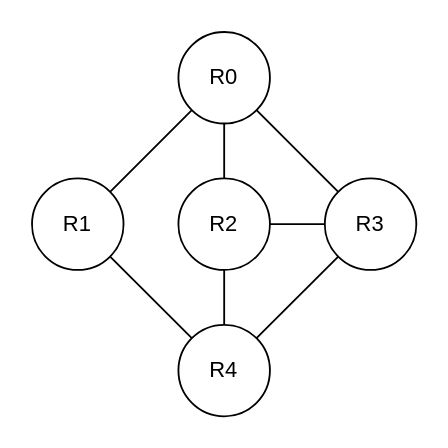
Before: Join order.drawio in XieJiann/imgHost, a draw.io diagram. Source tidied: cells renumbered, new cells numbered last; positions are measured from the earlier drawing's top-left corner, leaving out a move shared by most shapes. Both pictures are drawn from the tidied source at 183%, with x=0, y=0 at pixel (31, 31).
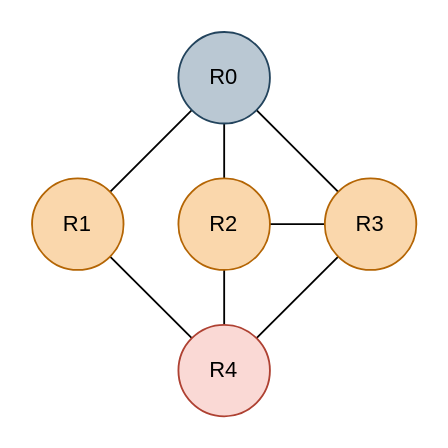
Above is the later version.

The edit, as a diff of the source:
```diff
@@
 <mxGraphModel>
   <root>
     <mxCell id="0" />
     <mxCell id="1" parent="0" />
     <mxCell id="2" style="rounded=0;jettySize=auto;html=1;exitX=0;exitY=1;exitDx=0;exitDy=0;entryX=1;entryY=0;entryDx=0;entryDy=0;endArrow=none;endFill=0;" parent="1" edge="1" source="5" target="7">
       <mxGeometry relative="1" as="geometry" />
     </mxCell>
     <mxCell id="3" style="edgeStyle=none;rounded=0;jettySize=auto;html=1;exitX=1;exitY=1;exitDx=0;exitDy=0;entryX=0;entryY=0;entryDx=0;entryDy=0;endArrow=none;endFill=0;" parent="1" edge="1" source="5" target="10">
       <mxGeometry relative="1" as="geometry" />
     </mxCell>
     <mxCell id="4" style="edgeStyle=none;rounded=0;jettySize=auto;html=1;exitX=0.5;exitY=1;exitDx=0;exitDy=0;entryX=0.5;entryY=0;entryDx=0;entryDy=0;endArrow=none;endFill=0;" parent="1" edge="1" source="5" target="13">
       <mxGeometry relative="1" as="geometry" />
     </mxCell>
-    <mxCell id="5" value="R0" style="ellipse;whiteSpace=wrap;html=1;" parent="1" vertex="1">
+    <mxCell id="5" value="R0" style="ellipse;whiteSpace=wrap;html=1;fillColor=#bac8d3;strokeColor=#23445d;" parent="1" vertex="1">
       <mxGeometry x="80" width="50" height="50" as="geometry" />
     </mxCell>
     <mxCell id="6" style="edgeStyle=none;rounded=0;jettySize=auto;html=1;exitX=1;exitY=1;exitDx=0;exitDy=0;endArrow=none;endFill=0;" parent="1" edge="1" source="7" target="12">
       <mxGeometry relative="1" as="geometry" />
     </mxCell>
-    <mxCell id="7" value="R1" style="ellipse;whiteSpace=wrap;html=1;" parent="1" vertex="1">
+    <mxCell id="7" value="R1" style="ellipse;whiteSpace=wrap;html=1;fillColor=#fad7ac;strokeColor=#b46504;" parent="1" vertex="1">
       <mxGeometry y="80" width="50" height="50" as="geometry" />
     </mxCell>
     <mxCell id="8" style="edgeStyle=none;rounded=0;jettySize=auto;html=1;exitX=0;exitY=1;exitDx=0;exitDy=0;entryX=1;entryY=0;entryDx=0;entryDy=0;endArrow=none;endFill=0;" parent="1" edge="1" source="10" target="12">
       <mxGeometry relative="1" as="geometry" />
     </mxCell>
     <mxCell id="9" style="edgeStyle=none;rounded=0;jettySize=auto;html=1;exitX=0;exitY=0.5;exitDx=0;exitDy=0;entryX=1;entryY=0.5;entryDx=0;entryDy=0;endArrow=none;endFill=0;" parent="1" edge="1" source="10" target="13">
       <mxGeometry relative="1" as="geometry" />
     </mxCell>
-    <mxCell id="10" value="R3" style="ellipse;whiteSpace=wrap;html=1;" parent="1" vertex="1">
+    <mxCell id="10" value="R3" style="ellipse;whiteSpace=wrap;html=1;fillColor=#fad7ac;strokeColor=#b46504;" parent="1" vertex="1">
       <mxGeometry x="160" y="80" width="50" height="50" as="geometry" />
     </mxCell>
     <mxCell id="11" style="edgeStyle=none;rounded=0;jettySize=auto;html=1;exitX=0.5;exitY=0;exitDx=0;exitDy=0;entryX=0.5;entryY=1;entryDx=0;entryDy=0;endArrow=none;endFill=0;" parent="1" edge="1" source="12" target="13">
       <mxGeometry relative="1" as="geometry" />
     </mxCell>
-    <mxCell id="12" value="R4" style="ellipse;whiteSpace=wrap;html=1;" parent="1" vertex="1">
+    <mxCell id="12" value="R4" style="ellipse;whiteSpace=wrap;html=1;fillColor=#fad9d5;strokeColor=#ae4132;" parent="1" vertex="1">
       <mxGeometry x="80" y="160" width="50" height="50" as="geometry" />
     </mxCell>
-    <mxCell id="13" value="R2" style="ellipse;whiteSpace=wrap;html=1;" parent="1" vertex="1">
+    <mxCell id="13" value="R2" style="ellipse;whiteSpace=wrap;html=1;fillColor=#fad7ac;strokeColor=#b46504;" parent="1" vertex="1">
       <mxGeometry x="80" y="80" width="50" height="50" as="geometry" />
     </mxCell>
   </root>
 </mxGraphModel>
```
